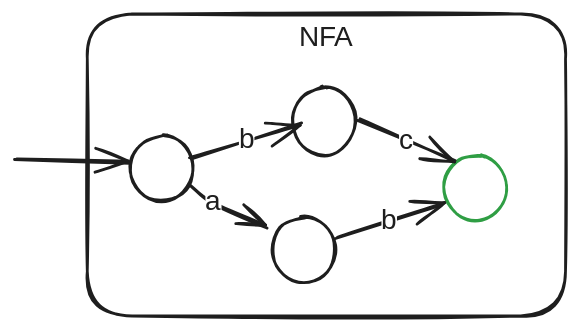
The Excalidraw diagram notes/media/closure-1.excalidraw.svg in vk-cs-foundations-fall-25/shared-notes, before a commit. Source tidied: one line per element, renumbered; positions are measured from the earlier drawing's top-left corner, leaving out a move shared by most shapes. The source it was exported from:
```json
{"id": 0, "type": "rectangle", "strokeColor": "#1e1e1e", "strokeWidth": 2, "roughness": 1, "round": true, "x": 51, "y": 0, "width": 342, "height": 216}
{"id": 1, "type": "text", "text": "NFA", "strokeColor": "#1e1e1e", "strokeWidth": 2, "roughness": 1, "fontSize": 20, "fontFamily": 5, "textAlign": "center", "inside": 0, "x": 204, "y": 5, "width": 37, "height": 25}
{"id": 2, "type": "ellipse", "strokeColor": "#1e1e1e", "strokeWidth": 2, "roughness": 1, "round": true, "x": 82, "y": 87, "width": 45, "height": 47}
{"id": 3, "type": "ellipse", "strokeColor": "#1e1e1e", "strokeWidth": 2, "roughness": 1, "round": true, "x": 198, "y": 52, "width": 45, "height": 49}
{"id": 4, "type": "ellipse", "strokeColor": "#1e1e1e", "strokeWidth": 2, "roughness": 1, "round": true, "x": 184, "y": 145, "width": 45, "height": 47}
{"id": 5, "type": "ellipse", "strokeColor": "#2f9e44", "strokeWidth": 2, "roughness": 1, "round": true, "x": 306, "y": 101, "width": 45, "height": 47}
{"id": 6, "type": "arrow", "strokeColor": "#1e1e1e", "strokeWidth": 2, "roughness": 1, "endArrowhead": "arrow", "round": true, "to": 2, "x": 0, "y": 103, "width": 82, "height": 3, "points": [[0, 0], [82, 3]]}
{"id": 7, "type": "arrow", "strokeColor": "#1e1e1e", "strokeWidth": 2, "roughness": 1, "endArrowhead": "arrow", "round": true, "from": 2, "to": 4, "x": 124, "y": 123, "width": 56, "height": 29, "points": [[0, 0], [17, 12], [56, 29]]}
{"id": 8, "type": "text", "text": "a", "strokeColor": "#1e1e1e", "strokeWidth": 2, "roughness": 1, "fontSize": 20, "fontFamily": 5, "textAlign": "center", "verticalAlign": "middle", "inside": 7, "x": 141, "y": 120, "width": 12, "height": 25}
{"id": 9, "type": "arrow", "strokeColor": "#1e1e1e", "strokeWidth": 2, "roughness": 1, "endArrowhead": "arrow", "round": true, "from": 4, "to": 5, "x": 229, "y": 161, "width": 76, "height": 25, "points": [[0, 0], [76, -25]]}
{"id": 10, "type": "text", "text": "b", "strokeColor": "#1e1e1e", "strokeWidth": 2, "roughness": 1, "fontSize": 20, "fontFamily": 5, "textAlign": "center", "verticalAlign": "middle", "inside": 9, "x": 258, "y": 154, "width": 11, "height": 25}
{"id": 11, "type": "arrow", "strokeColor": "#1e1e1e", "strokeWidth": 2, "roughness": 1, "endArrowhead": "arrow", "round": true, "from": 2, "to": 3, "x": 126, "y": 103, "width": 79, "height": 25, "points": [[0, 0], [79, -25]]}
{"id": 12, "type": "text", "text": "b", "strokeColor": "#1e1e1e", "strokeWidth": 2, "roughness": 1, "fontSize": 20, "fontFamily": 5, "textAlign": "center", "verticalAlign": "middle", "inside": 11, "x": 160, "y": 78, "width": 11, "height": 25}
{"id": 13, "type": "arrow", "strokeColor": "#1e1e1e", "strokeWidth": 2, "roughness": 1, "endArrowhead": "arrow", "round": true, "from": 3, "to": 5, "x": 245, "y": 76, "width": 68, "height": 30, "points": [[0, 0], [68, 30]]}
{"id": 14, "type": "text", "text": "c", "strokeColor": "#1e1e1e", "strokeWidth": 2, "roughness": 1, "fontSize": 20, "fontFamily": 5, "textAlign": "center", "verticalAlign": "middle", "inside": 13, "x": 271, "y": 99, "width": 10, "height": 25}
```
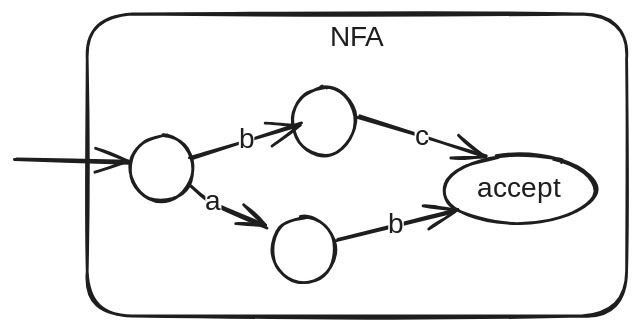
The same file after the commit.

The edit, as a diff of the source:
```diff
@@ -1,15 +1,16 @@
-{"id": 0, "type": "rectangle", "strokeColor": "#1e1e1e", "strokeWidth": 2, "roughness": 1, "round": true, "x": 51, "y": 0, "width": 342, "height": 216}
+{"id": 0, "type": "rectangle", "strokeColor": "#1e1e1e", "strokeWidth": 2, "roughness": 1, "round": true, "x": 51, "y": 0, "width": 386, "height": 216}
-{"id": 1, "type": "text", "text": "NFA", "strokeColor": "#1e1e1e", "strokeWidth": 2, "roughness": 1, "fontSize": 20, "fontFamily": 5, "textAlign": "center", "inside": 0, "x": 204, "y": 5, "width": 37, "height": 25}
+{"id": 1, "type": "text", "text": "NFA", "strokeColor": "#1e1e1e", "strokeWidth": 2, "roughness": 1, "fontSize": 20, "fontFamily": 5, "textAlign": "center", "inside": 0, "x": 226, "y": 5, "width": 37, "height": 25}
 {"id": 2, "type": "ellipse", "strokeColor": "#1e1e1e", "strokeWidth": 2, "roughness": 1, "round": true, "x": 82, "y": 87, "width": 45, "height": 47}
 {"id": 3, "type": "ellipse", "strokeColor": "#1e1e1e", "strokeWidth": 2, "roughness": 1, "round": true, "x": 198, "y": 52, "width": 45, "height": 49}
 {"id": 4, "type": "ellipse", "strokeColor": "#1e1e1e", "strokeWidth": 2, "roughness": 1, "round": true, "x": 184, "y": 145, "width": 45, "height": 47}
-{"id": 5, "type": "ellipse", "strokeColor": "#2f9e44", "strokeWidth": 2, "roughness": 1, "round": true, "x": 306, "y": 101, "width": 45, "height": 47}
+{"id": 5, "type": "ellipse", "strokeColor": "#1e1e1e", "strokeWidth": 2, "roughness": 1, "round": true, "x": 307, "y": 101, "width": 108, "height": 49}
+{"id": 15, "type": "text", "text": "accept", "strokeColor": "#1e1e1e", "strokeWidth": 2, "roughness": 1, "fontSize": 20, "fontFamily": 5, "textAlign": "center", "verticalAlign": "middle", "inside": 5, "x": 328, "y": 113, "width": 64, "height": 25}
 {"id": 6, "type": "arrow", "strokeColor": "#1e1e1e", "strokeWidth": 2, "roughness": 1, "endArrowhead": "arrow", "round": true, "to": 2, "x": 0, "y": 103, "width": 82, "height": 3, "points": [[0, 0], [82, 3]]}
 {"id": 7, "type": "arrow", "strokeColor": "#1e1e1e", "strokeWidth": 2, "roughness": 1, "endArrowhead": "arrow", "round": true, "from": 2, "to": 4, "x": 124, "y": 123, "width": 56, "height": 29, "points": [[0, 0], [17, 12], [56, 29]]}
 {"id": 8, "type": "text", "text": "a", "strokeColor": "#1e1e1e", "strokeWidth": 2, "roughness": 1, "fontSize": 20, "fontFamily": 5, "textAlign": "center", "verticalAlign": "middle", "inside": 7, "x": 141, "y": 120, "width": 12, "height": 25}
-{"id": 9, "type": "arrow", "strokeColor": "#1e1e1e", "strokeWidth": 2, "roughness": 1, "endArrowhead": "arrow", "round": true, "from": 4, "to": 5, "x": 229, "y": 161, "width": 76, "height": 25, "points": [[0, 0], [76, -25]]}
+{"id": 9, "type": "arrow", "strokeColor": "#1e1e1e", "strokeWidth": 2, "roughness": 1, "endArrowhead": "arrow", "round": true, "from": 4, "to": 5, "x": 229, "y": 162, "width": 85, "height": 22, "points": [[0, 0], [85, -22]]}
 {"id": 10, "type": "text", "text": "b", "strokeColor": "#1e1e1e", "strokeWidth": 2, "roughness": 1, "fontSize": 20, "fontFamily": 5, "textAlign": "center", "verticalAlign": "middle", "inside": 9, "x": 258, "y": 154, "width": 11, "height": 25}
 {"id": 11, "type": "arrow", "strokeColor": "#1e1e1e", "strokeWidth": 2, "roughness": 1, "endArrowhead": "arrow", "round": true, "from": 2, "to": 3, "x": 126, "y": 103, "width": 79, "height": 25, "points": [[0, 0], [79, -25]]}
 {"id": 12, "type": "text", "text": "b", "strokeColor": "#1e1e1e", "strokeWidth": 2, "roughness": 1, "fontSize": 20, "fontFamily": 5, "textAlign": "center", "verticalAlign": "middle", "inside": 11, "x": 160, "y": 78, "width": 11, "height": 25}
-{"id": 13, "type": "arrow", "strokeColor": "#1e1e1e", "strokeWidth": 2, "roughness": 1, "endArrowhead": "arrow", "round": true, "from": 3, "to": 5, "x": 245, "y": 76, "width": 68, "height": 30, "points": [[0, 0], [68, 30]]}
+{"id": 13, "type": "arrow", "strokeColor": "#1e1e1e", "strokeWidth": 2, "roughness": 1, "endArrowhead": "arrow", "round": true, "from": 3, "to": 5, "x": 245, "y": 74, "width": 91, "height": 29, "points": [[0, 0], [91, 29]]}
 {"id": 14, "type": "text", "text": "c", "strokeColor": "#1e1e1e", "strokeWidth": 2, "roughness": 1, "fontSize": 20, "fontFamily": 5, "textAlign": "center", "verticalAlign": "middle", "inside": 13, "x": 271, "y": 99, "width": 10, "height": 25}
```
